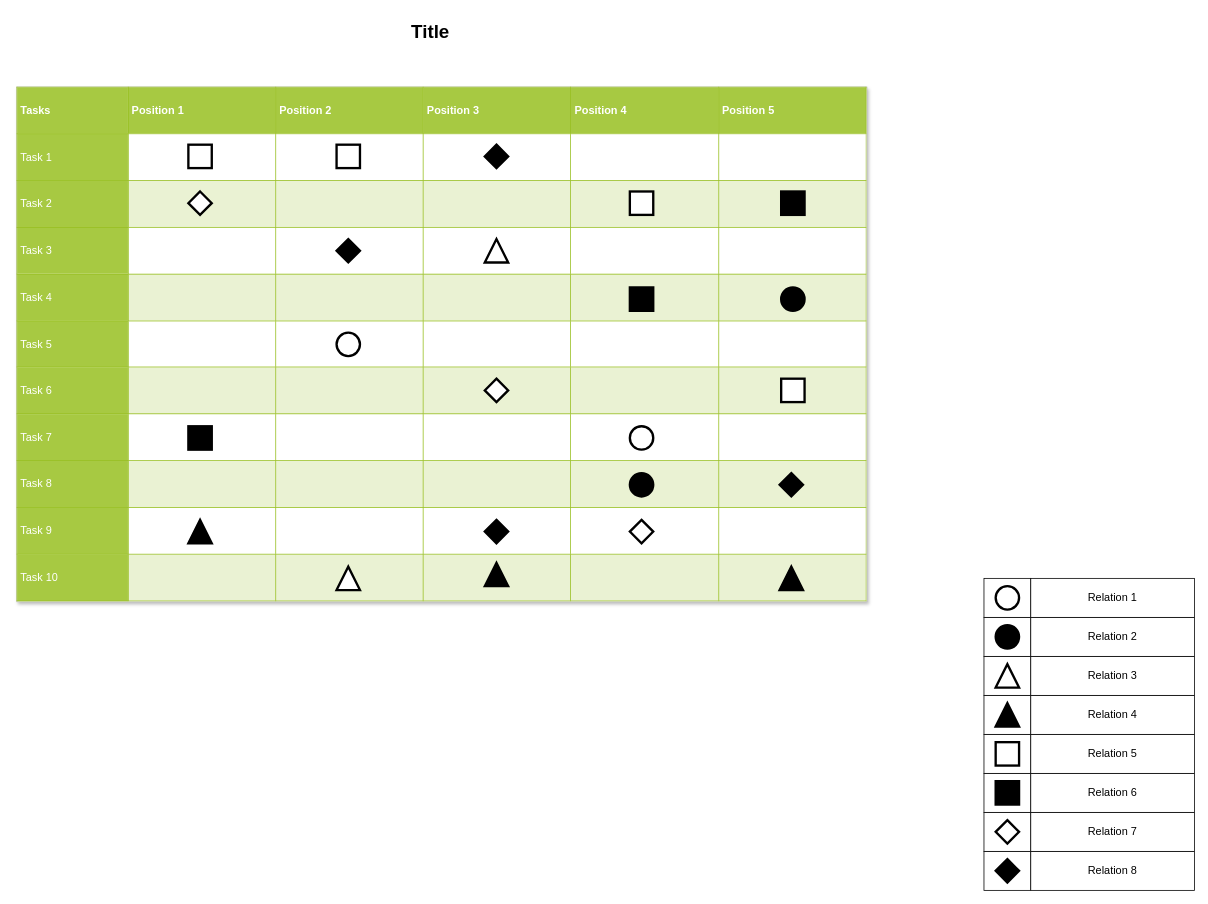
This is DrawIO/Untitled Diagram.drawio from TorstenC/Notizblog, a draw.io file, before an edit. Source tidied: cells renumbered, new cells numbered last; positions are measured from the earlier drawing's top-left corner, leaving out a move shared by most shapes. Both pictures are drawn from the tidied source at 78%, with x=0, y=0 at pixel (16, 16).
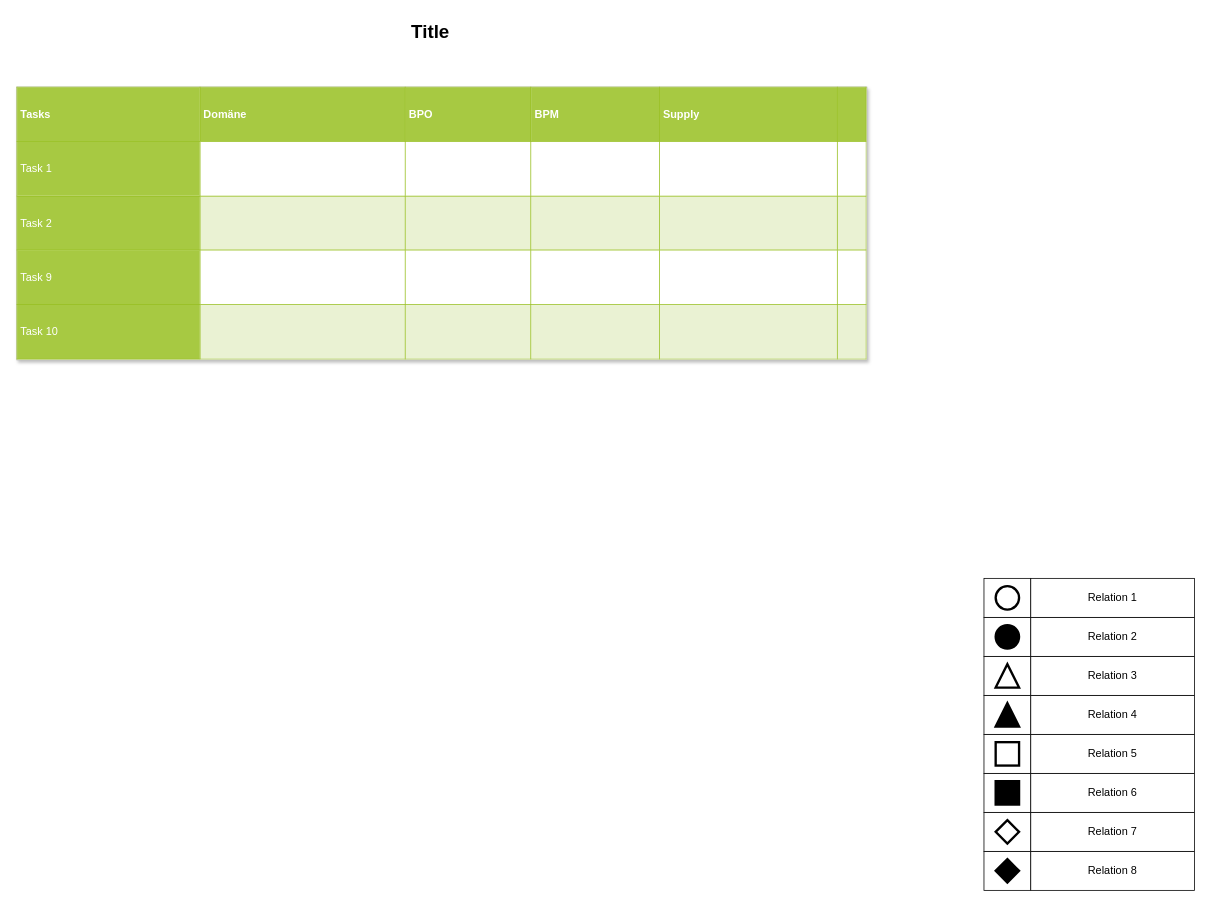
Above is the later version.

The edit, as a diff of the source:
```diff
@@
-    <mxCell id="19" value="&lt;table border=&quot;1&quot; width=&quot;100%&quot; cellpadding=&quot;4&quot; style=&quot;width: 100% ; height: 100% ; border-collapse: collapse&quot;&gt;&lt;tbody&gt;&lt;tr style=&quot;background-color: #a7c942 ; color: #ffffff ; border: 1px solid #98bf21&quot;&gt;&lt;th&gt;Tasks&lt;/th&gt;&lt;th&gt;Position 1&lt;/th&gt;&lt;th&gt;Position 2&lt;/th&gt;&lt;th&gt;Position 3&lt;/th&gt;&lt;th&gt;Position 4&lt;/th&gt;&lt;th&gt;Position 5&lt;/th&gt;&lt;/tr&gt;&lt;tr style=&quot;border: 1px solid #98bf21&quot;&gt;&lt;td style=&quot;background-color: #a7c942 ; color: #ffffff ; border: 1px solid #98bf21&quot;&gt;Task 1&lt;/td&gt;&lt;td&gt;&lt;/td&gt;&lt;td&gt;&lt;/td&gt;&lt;td&gt;&lt;br&gt;&lt;/td&gt;&lt;td&gt;&lt;br&gt;&lt;/td&gt;&lt;td&gt;&lt;br&gt;&lt;/td&gt;&lt;/tr&gt;&lt;tr style=&quot;background-color: #eaf2d3 ; border: 1px solid #98bf21&quot;&gt;&lt;td style=&quot;background-color: #a7c942 ; color: #ffffff ; border: 1px solid #98bf21&quot;&gt;Task 2&lt;/td&gt;&lt;td&gt;&lt;/td&gt;&lt;td&gt;&lt;/td&gt;&lt;td&gt;&lt;br&gt;&lt;/td&gt;&lt;td&gt;&lt;br&gt;&lt;/td&gt;&lt;td&gt;&lt;br&gt;&lt;/td&gt;&lt;/tr&gt;&lt;tr style=&quot;border: 1px solid #98bf21&quot;&gt;&lt;td style=&quot;background-color: #a7c942 ; color: #ffffff ; border: 1px solid #98bf21&quot;&gt;Task 3&lt;/td&gt;&lt;td&gt;&lt;/td&gt;&lt;td&gt;&lt;/td&gt;&lt;td&gt;&lt;br&gt;&lt;/td&gt;&lt;td&gt;&lt;br&gt;&lt;/td&gt;&lt;td&gt;&lt;br&gt;&lt;/td&gt;&lt;/tr&gt;&lt;tr style=&quot;background-color: #eaf2d3 ; border: 1px solid #98bf21&quot;&gt;&lt;td style=&quot;background-color: #a7c942 ; color: #ffffff ; border: 1px solid #98bf21&quot;&gt;Task 4&lt;/td&gt;&lt;td&gt;&lt;/td&gt;&lt;td&gt;&lt;/td&gt;&lt;td&gt;&lt;br&gt;&lt;/td&gt;&lt;td&gt;&lt;br&gt;&lt;/td&gt;&lt;td&gt;&lt;br&gt;&lt;/td&gt;&lt;/tr&gt;&lt;tr style=&quot;border: 1px solid #98bf21&quot;&gt;&lt;td style=&quot;background-color: #a7c942 ; color: #ffffff ; border: 1px solid #98bf21&quot;&gt;Task 5&lt;br&gt;&lt;/td&gt;&lt;td&gt;&lt;br&gt;&lt;/td&gt;&lt;td&gt;&lt;br&gt;&lt;/td&gt;&lt;td&gt;&lt;br&gt;&lt;/td&gt;&lt;td&gt;&lt;br&gt;&lt;/td&gt;&lt;td&gt;&lt;br&gt;&lt;/td&gt;&lt;/tr&gt;&lt;tr style=&quot;background-color: #eaf2d3 ; border: 1px solid #98bf21&quot;&gt;&lt;td style=&quot;background-color: #a7c942 ; color: #ffffff ; border: 1px solid #98bf21&quot;&gt;Task 6&lt;br&gt;&lt;/td&gt;&lt;td&gt;&lt;br&gt;&lt;/td&gt;&lt;td&gt;&lt;br&gt;&lt;/td&gt;&lt;td&gt;&lt;br&gt;&lt;/td&gt;&lt;td&gt;&lt;br&gt;&lt;/td&gt;&lt;td&gt;&lt;br&gt;&lt;/td&gt;&lt;/tr&gt;&lt;tr style=&quot;border: 1px solid #98bf21&quot;&gt;&lt;td style=&quot;background-color: #a7c942 ; color: #ffffff ; border: 1px solid #98bf21&quot;&gt;Task 7&lt;br&gt;&lt;/td&gt;&lt;td&gt;&lt;br&gt;&lt;/td&gt;&lt;td&gt;&lt;br&gt;&lt;/td&gt;&lt;td&gt;&lt;br&gt;&lt;/td&gt;&lt;td&gt;&lt;br&gt;&lt;/td&gt;&lt;td&gt;&lt;br&gt;&lt;/td&gt;&lt;/tr&gt;&lt;tr style=&quot;background-color: #eaf2d3 ; border: 1px solid #98bf21&quot;&gt;&lt;td style=&quot;background-color: #a7c942 ; color: #ffffff ; border: 1px solid #98bf21&quot;&gt;Task 8&lt;br&gt;&lt;/td&gt;&lt;td&gt;&lt;br&gt;&lt;/td&gt;&lt;td&gt;&lt;br&gt;&lt;/td&gt;&lt;td&gt;&lt;br&gt;&lt;/td&gt;&lt;td&gt;&lt;br&gt;&lt;/td&gt;&lt;td&gt;&lt;br&gt;&lt;/td&gt;&lt;/tr&gt;&lt;tr style=&quot;border: 1px solid #98bf21&quot;&gt;&lt;td style=&quot;background-color: #a7c942 ; color: #ffffff ; border: 1px solid #98bf21&quot;&gt;Task 9&lt;br&gt;&lt;/td&gt;&lt;td&gt;&lt;br&gt;&lt;/td&gt;&lt;td&gt;&lt;br&gt;&lt;/td&gt;&lt;td&gt;&lt;br&gt;&lt;/td&gt;&lt;td&gt;&lt;br&gt;&lt;/td&gt;&lt;td&gt;&lt;br&gt;&lt;/td&gt;&lt;/tr&gt;&lt;tr style=&quot;background-color: #eaf2d3 ; border: 1px solid #98bf21&quot;&gt;&lt;td style=&quot;background-color: #a7c942 ; color: #ffffff ; border: 1px solid #98bf21&quot;&gt;Task 10&lt;br&gt;&lt;/td&gt;&lt;td&gt;&lt;br&gt;&lt;/td&gt;&lt;td&gt;&lt;br&gt;&lt;/td&gt;&lt;td&gt;&lt;br&gt;&lt;/td&gt;&lt;td&gt;&lt;br&gt;&lt;/td&gt;&lt;td&gt;&lt;br&gt;&lt;/td&gt;&lt;/tr&gt;&lt;/tbody&gt;&lt;/table&gt;" style="text;html=1;strokeColor=#c0c0c0;fillColor=#ffffff;overflow=fill;rounded=0;shadow=1;fontSize=14;fontColor=#000000;" parent="1" vertex="1">
-      <mxGeometry y="90" width="1090" height="660" as="geometry" />
+    <mxCell id="19" value="&lt;table border=&quot;1&quot; width=&quot;100%&quot; cellpadding=&quot;4&quot; style=&quot;width: 100% ; height: 100% ; border-collapse: collapse&quot;&gt;&lt;tbody&gt;&lt;tr style=&quot;background-color: #a7c942 ; color: #ffffff ; border: 1px solid #98bf21&quot;&gt;&lt;th&gt;Tasks&lt;/th&gt;&lt;th&gt;Domäne&lt;/th&gt;&lt;th&gt;BPO&lt;/th&gt;&lt;th&gt;BPM&lt;/th&gt;&lt;th&gt;Supply&lt;/th&gt;&lt;td&gt;&lt;br&gt;&lt;/td&gt;&lt;/tr&gt;&lt;tr style=&quot;border: 1px solid #98bf21&quot;&gt;&lt;td style=&quot;background-color: #a7c942 ; color: #ffffff ; border: 1px solid #98bf21&quot;&gt;Task 1&lt;/td&gt;&lt;td&gt;&lt;/td&gt;&lt;td&gt;&lt;/td&gt;&lt;td&gt;&lt;br&gt;&lt;/td&gt;&lt;td&gt;&lt;br&gt;&lt;/td&gt;&lt;td&gt;&lt;br&gt;&lt;/td&gt;&lt;/tr&gt;&lt;tr style=&quot;background-color: #eaf2d3 ; border: 1px solid #98bf21&quot;&gt;&lt;td style=&quot;background-color: #a7c942 ; color: #ffffff ; border: 1px solid #98bf21&quot;&gt;Task 2&lt;/td&gt;&lt;td&gt;&lt;/td&gt;&lt;td&gt;&lt;/td&gt;&lt;td&gt;&lt;br&gt;&lt;/td&gt;&lt;td&gt;&lt;br&gt;&lt;/td&gt;&lt;td&gt;&lt;br&gt;&lt;/td&gt;&lt;/tr&gt;&lt;tr style=&quot;border: 1px solid #98bf21&quot;&gt;&lt;td style=&quot;background-color: #a7c942 ; color: #ffffff ; border: 1px solid #98bf21&quot;&gt;Task 9&lt;br&gt;&lt;/td&gt;&lt;td&gt;&lt;br&gt;&lt;/td&gt;&lt;td&gt;&lt;br&gt;&lt;/td&gt;&lt;td&gt;&lt;br&gt;&lt;/td&gt;&lt;td&gt;&lt;br&gt;&lt;/td&gt;&lt;td&gt;&lt;br&gt;&lt;/td&gt;&lt;/tr&gt;&lt;tr style=&quot;background-color: #eaf2d3 ; border: 1px solid #98bf21&quot;&gt;&lt;td style=&quot;background-color: #a7c942 ; color: #ffffff ; border: 1px solid #98bf21&quot;&gt;Task 10&lt;br&gt;&lt;/td&gt;&lt;td&gt;&lt;br&gt;&lt;/td&gt;&lt;td&gt;&lt;br&gt;&lt;/td&gt;&lt;td&gt;&lt;br&gt;&lt;/td&gt;&lt;td&gt;&lt;br&gt;&lt;/td&gt;&lt;td&gt;&lt;br&gt;&lt;/td&gt;&lt;/tr&gt;&lt;/tbody&gt;&lt;/table&gt;" style="text;html=1;strokeColor=#c0c0c0;fillColor=#ffffff;overflow=fill;rounded=0;shadow=1;fontSize=14;fontColor=#000000;" parent="1" vertex="1">
+      <mxGeometry y="90" width="1090" height="350" as="geometry" />
     </mxCell>
@@
-    <mxCell id="28" style="ellipse;whiteSpace=wrap;html=1;rounded=0;shadow=0;strokeWidth=3;fontSize=14;" parent="1" vertex="1">
-      <mxGeometry x="786" y="525" width="30" height="30" as="geometry" />
-    </mxCell>
-    <mxCell id="29" style="ellipse;whiteSpace=wrap;html=1;rounded=0;shadow=0;strokeWidth=3;fontSize=14;" parent="1" vertex="1">
-      <mxGeometry x="410" y="405" width="30" height="30" as="geometry" />
-    </mxCell>
-    <mxCell id="30" style="ellipse;whiteSpace=wrap;html=1;rounded=0;shadow=0;strokeWidth=3;fontSize=14;fillColor=#000000;" parent="1" vertex="1">
-      <mxGeometry x="980" y="347" width="30" height="30" as="geometry" />
-    </mxCell>
-    <mxCell id="31" style="ellipse;whiteSpace=wrap;html=1;rounded=0;shadow=0;strokeWidth=3;fontSize=14;fillColor=#000000;" parent="1" vertex="1">
-      <mxGeometry x="786" y="585" width="30" height="30" as="geometry" />
-    </mxCell>
-    <mxCell id="32" style="triangle;whiteSpace=wrap;html=1;rounded=0;shadow=0;strokeWidth=3;fontSize=14;direction=north;" parent="1" vertex="1">
-      <mxGeometry x="410" y="705" width="30" height="30" as="geometry" />
-    </mxCell>
-    <mxCell id="33" style="triangle;whiteSpace=wrap;html=1;rounded=0;shadow=0;strokeWidth=3;fontSize=14;direction=north;" parent="1" vertex="1">
-      <mxGeometry x="600" y="285" width="30" height="30" as="geometry" />
-    </mxCell>
-    <mxCell id="34" style="triangle;whiteSpace=wrap;html=1;rounded=0;shadow=0;strokeWidth=3;fillColor=#000000;fontSize=14;direction=north;" parent="1" vertex="1">
-      <mxGeometry x="978" y="705" width="30" height="30" as="geometry" />
-    </mxCell>
-    <mxCell id="35" style="triangle;whiteSpace=wrap;html=1;rounded=0;shadow=0;strokeWidth=3;fillColor=#000000;fontSize=14;direction=north;" parent="1" vertex="1">
-      <mxGeometry x="600" y="700" width="30" height="30" as="geometry" />
-    </mxCell>
-    <mxCell id="36" style="triangle;whiteSpace=wrap;html=1;rounded=0;shadow=0;strokeWidth=3;fillColor=#000000;fontSize=14;direction=north;" parent="1" vertex="1">
-      <mxGeometry x="220" y="645" width="30" height="30" as="geometry" />
-    </mxCell>
-    <mxCell id="37" style="whiteSpace=wrap;html=1;rounded=0;shadow=0;strokeWidth=3;fontSize=14;" parent="1" vertex="1">
-      <mxGeometry x="220" y="164" width="30" height="30" as="geometry" />
-    </mxCell>
-    <mxCell id="38" style="whiteSpace=wrap;html=1;rounded=0;shadow=0;strokeWidth=3;fontSize=14;" parent="1" vertex="1">
-      <mxGeometry x="410" y="164" width="30" height="30" as="geometry" />
-    </mxCell>
-    <mxCell id="39" style="whiteSpace=wrap;html=1;rounded=0;shadow=0;strokeWidth=3;fontSize=14;" parent="1" vertex="1">
-      <mxGeometry x="786" y="224" width="30" height="30" as="geometry" />
-    </mxCell>
-    <mxCell id="40" style="whiteSpace=wrap;html=1;rounded=0;shadow=0;strokeWidth=3;fillColor=#ffffff;fontSize=14;" parent="1" vertex="1">
-      <mxGeometry x="980" y="464" width="30" height="30" as="geometry" />
-    </mxCell>
-    <mxCell id="41" style="whiteSpace=wrap;html=1;rounded=0;shadow=0;strokeWidth=3;fillColor=#000000;fontSize=14;" parent="1" vertex="1">
-      <mxGeometry x="220" y="525" width="30" height="30" as="geometry" />
-    </mxCell>
-    <mxCell id="42" style="whiteSpace=wrap;html=1;rounded=0;shadow=0;strokeWidth=3;fillColor=#000000;fontSize=14;" parent="1" vertex="1">
-      <mxGeometry x="786" y="347" width="30" height="30" as="geometry" />
-    </mxCell>
-    <mxCell id="43" style="whiteSpace=wrap;html=1;rounded=0;shadow=0;strokeWidth=3;fillColor=#000000;fontSize=14;" parent="1" vertex="1">
-      <mxGeometry x="980" y="224" width="30" height="30" as="geometry" />
-    </mxCell>
-    <mxCell id="44" style="rhombus;whiteSpace=wrap;html=1;rounded=0;shadow=0;strokeWidth=3;fontSize=14;" parent="1" vertex="1">
-      <mxGeometry x="600" y="464" width="30" height="30" as="geometry" />
-    </mxCell>
-    <mxCell id="45" style="rhombus;whiteSpace=wrap;html=1;rounded=0;shadow=0;strokeWidth=3;fontSize=14;" parent="1" vertex="1">
-      <mxGeometry x="220" y="224" width="30" height="30" as="geometry" />
-    </mxCell>
-    <mxCell id="46" style="rhombus;whiteSpace=wrap;html=1;rounded=0;shadow=0;strokeWidth=3;fontSize=14;" parent="1" vertex="1">
-      <mxGeometry x="786" y="645" width="30" height="30" as="geometry" />
-    </mxCell>
-    <mxCell id="47" style="rhombus;whiteSpace=wrap;html=1;rounded=0;shadow=0;strokeWidth=3;fillColor=#000000;fontSize=14;" parent="1" vertex="1">
-      <mxGeometry x="978" y="585" width="30" height="30" as="geometry" />
-    </mxCell>
-    <mxCell id="48" style="rhombus;whiteSpace=wrap;html=1;rounded=0;shadow=0;strokeWidth=3;fillColor=#000000;fontSize=14;" parent="1" vertex="1">
-      <mxGeometry x="410" y="285" width="30" height="30" as="geometry" />
-    </mxCell>
-    <mxCell id="49" style="rhombus;whiteSpace=wrap;html=1;rounded=0;shadow=0;strokeWidth=3;fillColor=#000000;fontSize=14;" parent="1" vertex="1">
-      <mxGeometry x="600" y="164" width="30" height="30" as="geometry" />
-    </mxCell>
-    <mxCell id="50" style="rhombus;whiteSpace=wrap;html=1;rounded=0;shadow=0;strokeWidth=3;fillColor=#000000;fontSize=14;" parent="1" vertex="1">
-      <mxGeometry x="600" y="645" width="30" height="30" as="geometry" />
-    </mxCell>
```
